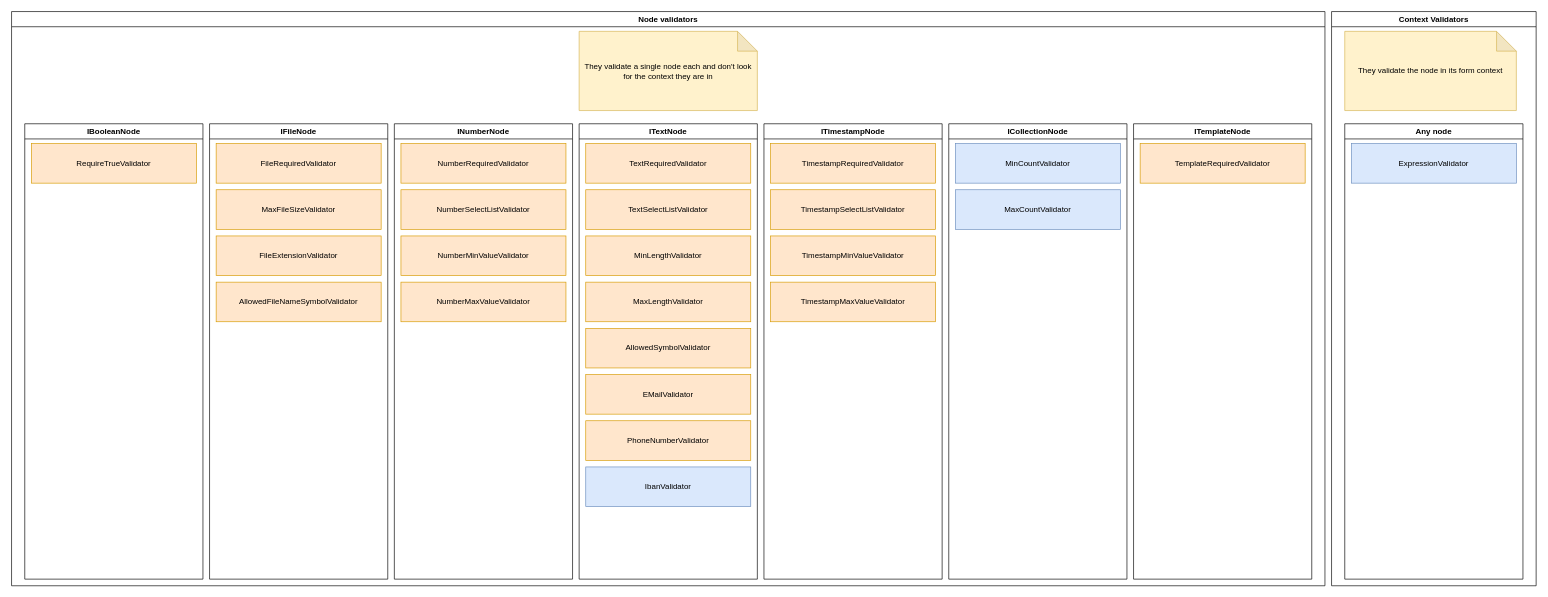
This is doc/forms-concept/validators.drawio from RGXStorm281/common, a draw.io file, before an edit. Source tidied: cells renumbered, new cells numbered last; positions are measured from the earlier drawing's top-left corner, leaving out a move shared by most shapes. Both pictures are drawn from the tidied source at 66%, with x=0, y=0 at pixel (11, 11).
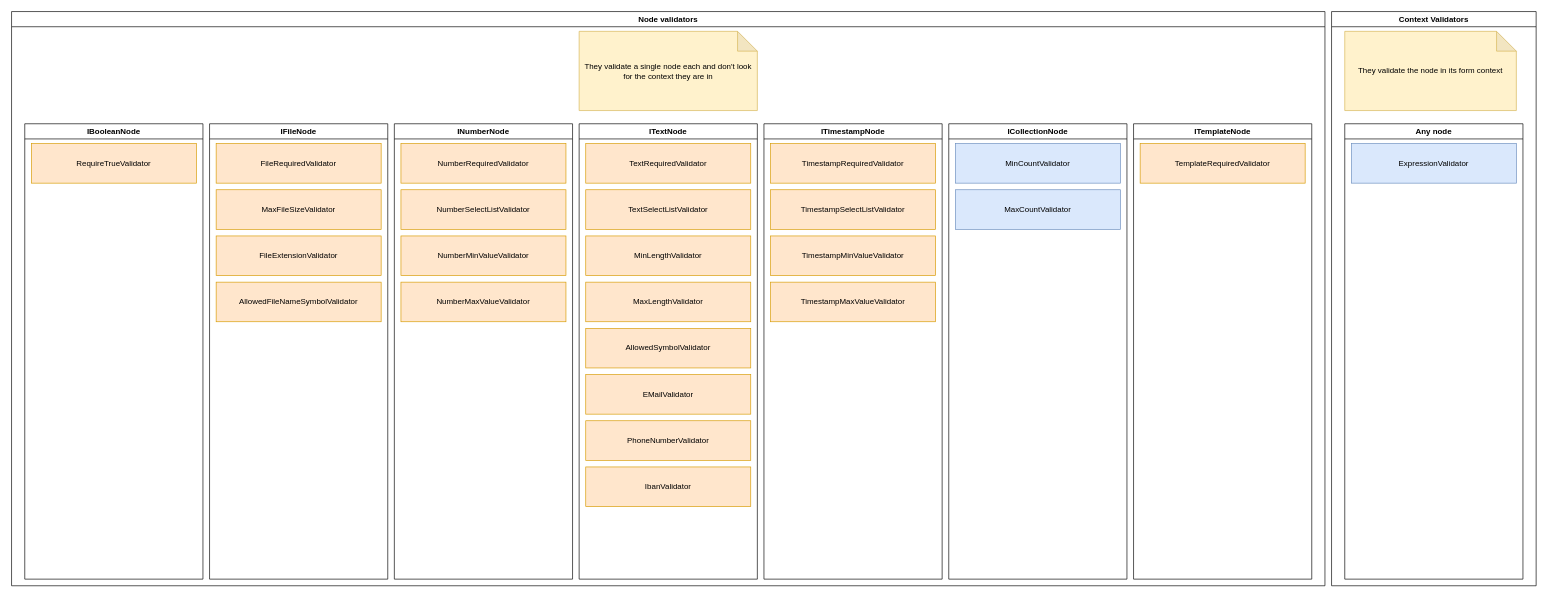
The same page after the edit.

The change refers to these unchanged cells:
```xml
<mxCell id="16" value="ITextNode" style="swimlane;whiteSpace=wrap;html=1;" parent="2" vertex="1">
  <mxGeometry x="860" y="170" width="270" height="690" as="geometry" />
</mxCell>
```

Change to the diagram source:
```diff
@@
-    <mxCell id="23" value="IbanValidator" style="rounded=0;whiteSpace=wrap;html=1;fillColor=#dae8fc;strokeColor=#6c8ebf;" parent="16" vertex="1">
+    <mxCell id="23" value="IbanValidator" style="rounded=0;whiteSpace=wrap;html=1;fillColor=#ffe6cc;strokeColor=#d79b00;" parent="16" vertex="1">
       <mxGeometry x="10" y="520" width="250" height="60" as="geometry" />
     </mxCell>
```
